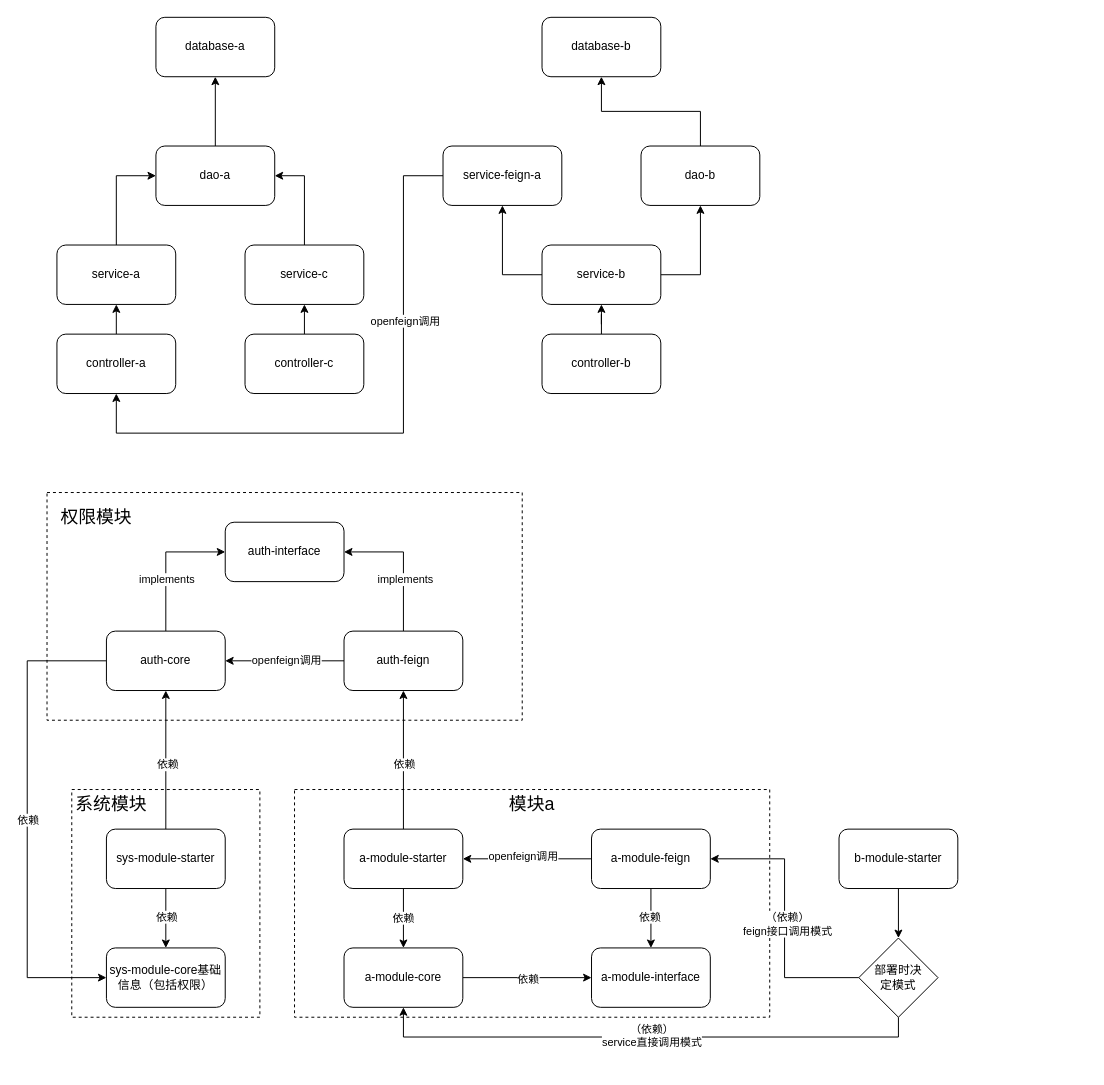
The draw.io diagram 模块设计图.drawio in codeyunze/drawio, before the edit. Source tidied: cells renumbered, new cells numbered last; positions are measured from the earlier drawing's top-left corner, leaving out a move shared by most shapes. Both pictures are drawn from the tidied source at 99%, with x=0, y=0 at pixel (27, 17).
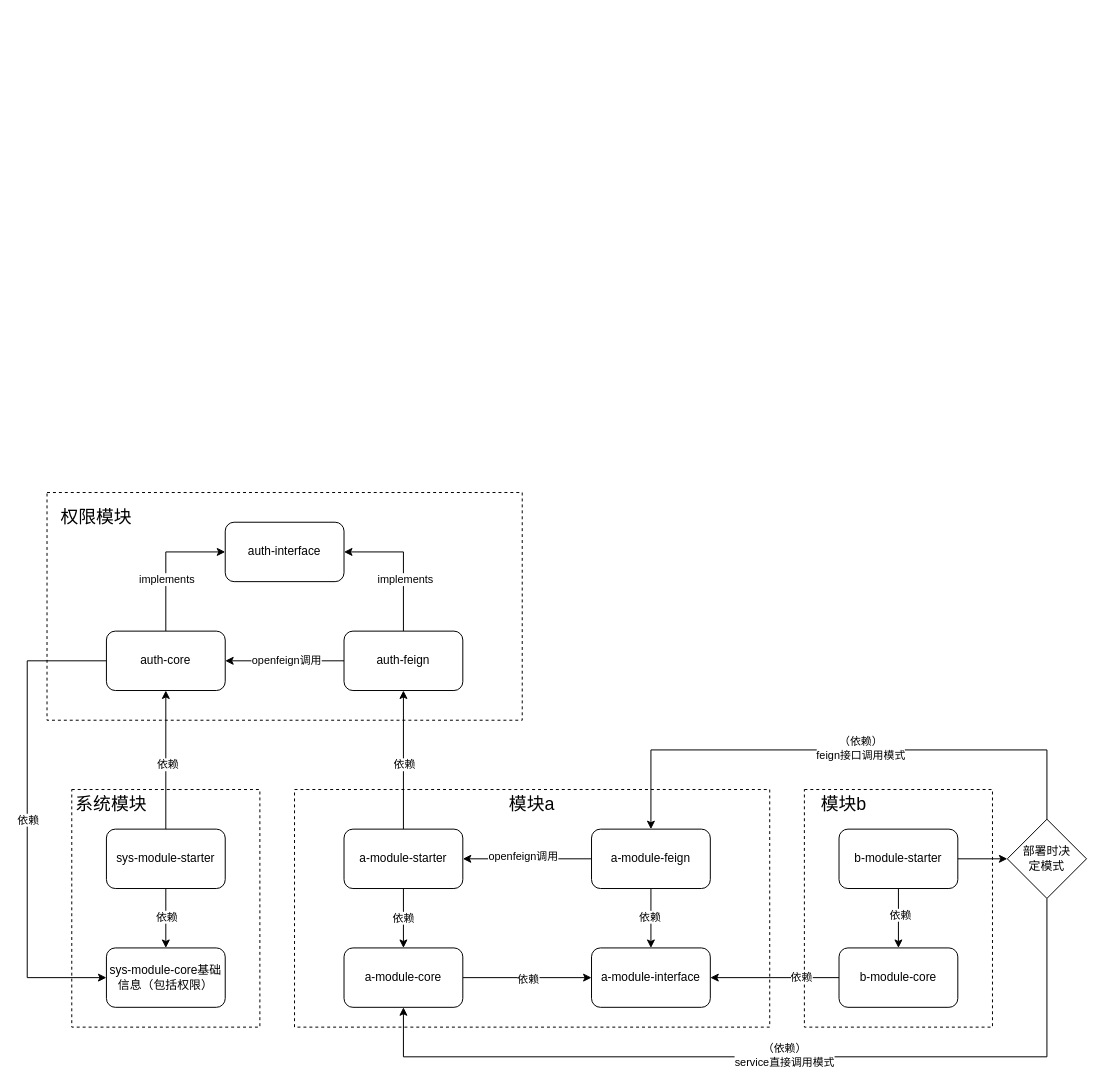
After the change.

Commit message:
更新模块设计图.drawio

Unchanged cells that the change refers to:
```xml
<mxCell id="50" value="&lt;span style=&quot;background-color: transparent; color: light-dark(rgb(0, 0, 0), rgb(255, 255, 255));&quot;&gt;a-module-core&lt;/span&gt;" style="rounded=1;whiteSpace=wrap;html=1;" parent="1" vertex="1">
  <mxGeometry x="320" y="940" width="120" height="60" as="geometry" />
</mxCell>
<mxCell id="51" value="&lt;span style=&quot;background-color: transparent; color: light-dark(rgb(0, 0, 0), rgb(255, 255, 255));&quot;&gt;a-module-interface&lt;/span&gt;" style="rounded=1;whiteSpace=wrap;html=1;" parent="1" vertex="1">
  <mxGeometry x="570" y="940" width="120" height="60" as="geometry" />
</mxCell>
<mxCell id="56" value="&lt;span style=&quot;background-color: transparent; color: light-dark(rgb(0, 0, 0), rgb(255, 255, 255));&quot;&gt;a-module-feign&lt;/span&gt;" style="rounded=1;whiteSpace=wrap;html=1;" parent="1" vertex="1">
  <mxGeometry x="570" y="820" width="120" height="60" as="geometry" />
</mxCell>
<mxCell id="58" value="&lt;span style=&quot;background-color: transparent; color: light-dark(rgb(0, 0, 0), rgb(255, 255, 255));&quot;&gt;b-module-starter&lt;/span&gt;" style="rounded=1;whiteSpace=wrap;html=1;" parent="1" vertex="1">
  <mxGeometry x="820" y="820" width="120" height="60" as="geometry" />
</mxCell>
```

Diff of the diagram source:
```diff
@@
+    <mxCell id="67" style="rounded=0;whiteSpace=wrap;html=1;dashed=1;" parent="1" vertex="1">
+      <mxGeometry x="785" y="780" width="190" height="240" as="geometry" />
+    </mxCell>
     <mxCell id="2" style="rounded=0;whiteSpace=wrap;html=1;dashed=1;" parent="1" vertex="1">
-      <mxGeometry x="45" y="780" width="190" height="230" as="geometry" />
+      <mxGeometry x="45" y="780" width="190" height="240" as="geometry" />
     </mxCell>
     <mxCell id="3" style="rounded=0;whiteSpace=wrap;html=1;dashed=1;" parent="1" vertex="1">
-      <mxGeometry x="270" y="780" width="480" height="230" as="geometry" />
+      <mxGeometry x="270" y="780" width="480" height="240" as="geometry" />
     </mxCell>
@@
-    <mxCell id="5" style="edgeStyle=orthogonalEdgeStyle;rounded=0;jettySize=auto;html=1;exitX=0.5;exitY=0;exitDx=0;exitDy=0;entryX=0.5;entryY=1;entryDx=0;entryDy=0;" parent="1" edge="1" source="6" target="15">
-      <mxGeometry relative="1" as="geometry" />
-    </mxCell>
-    <mxCell id="6" value="dao-a" style="rounded=1;whiteSpace=wrap;html=1;" parent="1" vertex="1">
-      <mxGeometry x="130" y="130" width="120" height="60" as="geometry" />
-    </mxCell>
-    <mxCell id="7" style="edgeStyle=orthogonalEdgeStyle;rounded=0;jettySize=auto;html=1;exitX=0.5;exitY=0;exitDx=0;exitDy=0;entryX=0;entryY=0.5;entryDx=0;entryDy=0;" parent="1" edge="1" source="8" target="6">
-      <mxGeometry relative="1" as="geometry" />
-    </mxCell>
-    <mxCell id="8" value="service-a" style="rounded=1;whiteSpace=wrap;html=1;" parent="1" vertex="1">
-      <mxGeometry x="30" y="230" width="120" height="60" as="geometry" />
-    </mxCell>
-    <mxCell id="9" style="edgeStyle=orthogonalEdgeStyle;rounded=0;jettySize=auto;html=1;exitX=0.5;exitY=0;exitDx=0;exitDy=0;entryX=0.5;entryY=1;entryDx=0;entryDy=0;" parent="1" edge="1" source="10" target="8">
-      <mxGeometry relative="1" as="geometry" />
-    </mxCell>
-    <mxCell id="10" value="controller-a" style="rounded=1;whiteSpace=wrap;html=1;" parent="1" vertex="1">
-      <mxGeometry x="30" y="320" width="120" height="60" as="geometry" />
-    </mxCell>
-    <mxCell id="11" style="edgeStyle=orthogonalEdgeStyle;rounded=0;jettySize=auto;html=1;exitX=0.5;exitY=0;exitDx=0;exitDy=0;entryX=1;entryY=0.5;entryDx=0;entryDy=0;" parent="1" edge="1" source="12" target="6">
-      <mxGeometry relative="1" as="geometry" />
-    </mxCell>
-    <mxCell id="12" value="&lt;span style=&quot;background-color: transparent; color: light-dark(rgb(0, 0, 0), rgb(255, 255, 255));&quot;&gt;service-c&lt;/span&gt;" style="rounded=1;whiteSpace=wrap;html=1;" parent="1" vertex="1">
-      <mxGeometry x="220" y="230" width="120" height="60" as="geometry" />
-    </mxCell>
-    <mxCell id="13" style="edgeStyle=orthogonalEdgeStyle;rounded=0;jettySize=auto;html=1;exitX=0.5;exitY=0;exitDx=0;exitDy=0;entryX=0.5;entryY=1;entryDx=0;entryDy=0;" parent="1" edge="1" source="14" target="12">
-      <mxGeometry relative="1" as="geometry" />
-    </mxCell>
-    <mxCell id="14" value="&lt;span style=&quot;background-color: transparent; color: light-dark(rgb(0, 0, 0), rgb(255, 255, 255));&quot;&gt;controller-c&lt;/span&gt;" style="rounded=1;whiteSpace=wrap;html=1;" parent="1" vertex="1">
-      <mxGeometry x="220" y="320" width="120" height="60" as="geometry" />
-    </mxCell>
-    <mxCell id="15" value="database-a" style="rounded=1;whiteSpace=wrap;html=1;" parent="1" vertex="1">
-      <mxGeometry x="130" width="120" height="60" as="geometry" />
-    </mxCell>
-    <mxCell id="16" value="database-b" style="rounded=1;whiteSpace=wrap;html=1;" parent="1" vertex="1">
-      <mxGeometry x="520" width="120" height="60" as="geometry" />
-    </mxCell>
-    <mxCell id="17" style="edgeStyle=orthogonalEdgeStyle;rounded=0;jettySize=auto;html=1;exitX=1;exitY=0.5;exitDx=0;exitDy=0;entryX=0.5;entryY=1;entryDx=0;entryDy=0;" parent="1" edge="1" source="19" target="23">
-      <mxGeometry relative="1" as="geometry" />
-    </mxCell>
-    <mxCell id="18" style="edgeStyle=orthogonalEdgeStyle;rounded=0;jettySize=auto;html=1;exitX=0;exitY=0.5;exitDx=0;exitDy=0;entryX=0.5;entryY=1;entryDx=0;entryDy=0;" parent="1" edge="1" source="19" target="26">
-      <mxGeometry relative="1" as="geometry" />
-    </mxCell>
-    <mxCell id="19" value="&lt;span style=&quot;background-color: transparent; color: light-dark(rgb(0, 0, 0), rgb(255, 255, 255));&quot;&gt;service-b&lt;/span&gt;" style="rounded=1;whiteSpace=wrap;html=1;" parent="1" vertex="1">
-      <mxGeometry x="520" y="230" width="120" height="60" as="geometry" />
-    </mxCell>
-    <mxCell id="20" style="edgeStyle=orthogonalEdgeStyle;rounded=0;jettySize=auto;html=1;entryX=0.5;entryY=1;entryDx=0;entryDy=0;" parent="1" edge="1" source="21" target="19">
-      <mxGeometry relative="1" as="geometry" />
-    </mxCell>
-    <mxCell id="21" value="&lt;span style=&quot;background-color: transparent; color: light-dark(rgb(0, 0, 0), rgb(255, 255, 255));&quot;&gt;controller-b&lt;/span&gt;" style="rounded=1;whiteSpace=wrap;html=1;" parent="1" vertex="1">
-      <mxGeometry x="520" y="320" width="120" height="60" as="geometry" />
-    </mxCell>
-    <mxCell id="22" style="edgeStyle=orthogonalEdgeStyle;rounded=0;jettySize=auto;html=1;exitX=0.5;exitY=0;exitDx=0;exitDy=0;entryX=0.5;entryY=1;entryDx=0;entryDy=0;" parent="1" edge="1" source="23" target="16">
-      <mxGeometry relative="1" as="geometry" />
-    </mxCell>
-    <mxCell id="23" value="dao-b" style="rounded=1;whiteSpace=wrap;html=1;" parent="1" vertex="1">
-      <mxGeometry x="620" y="130" width="120" height="60" as="geometry" />
-    </mxCell>
-    <mxCell id="24" style="edgeStyle=orthogonalEdgeStyle;rounded=0;jettySize=auto;html=1;exitX=0;exitY=0.5;exitDx=0;exitDy=0;entryX=0.5;entryY=1;entryDx=0;entryDy=0;" parent="1" edge="1" source="26" target="10">
-      <mxGeometry relative="1" as="geometry">
-        <Array as="points">
-          <mxPoint x="380" y="160" />
-          <mxPoint x="380" y="420" />
-          <mxPoint x="90" y="420" />
-        </Array>
-      </mxGeometry>
-    </mxCell>
-    <mxCell id="25" value="openfeign调用" style="edgeLabel;html=1;align=center;verticalAlign=middle;" parent="24" vertex="1">
-      <mxGeometry x="-0.41" y="1" relative="1" as="geometry" />
-    </mxCell>
-    <mxCell id="26" value="&lt;span style=&quot;background-color: transparent; color: light-dark(rgb(0, 0, 0), rgb(255, 255, 255));&quot;&gt;service-feign-a&lt;/span&gt;" style="rounded=1;whiteSpace=wrap;html=1;" parent="1" vertex="1">
-      <mxGeometry x="420" y="130" width="120" height="60" as="geometry" />
-    </mxCell>
@@
+    <mxCell id="68" style="edgeStyle=orthogonalEdgeStyle;rounded=0;jettySize=auto;html=1;exitX=0.5;exitY=1;exitDx=0;exitDy=0;entryX=0.5;entryY=0;entryDx=0;entryDy=0;" parent="1" edge="1" source="58" target="72">
+      <mxGeometry relative="1" as="geometry" />
+    </mxCell>
+    <mxCell id="69" value="依赖" style="edgeLabel;html=1;align=center;verticalAlign=middle;" parent="68" vertex="1">
+      <mxGeometry x="-0.13" y="1" relative="1" as="geometry" />
+    </mxCell>
-    <mxCell id="57" style="edgeStyle=orthogonalEdgeStyle;rounded=0;jettySize=auto;html=1;exitX=0.5;exitY=1;exitDx=0;exitDy=0;entryX=0.5;entryY=0;entryDx=0;entryDy=0;" parent="1" edge="1" source="58" target="63">
+    <mxCell id="57" style="edgeStyle=orthogonalEdgeStyle;rounded=0;jettySize=auto;html=1;exitX=1;exitY=0.5;exitDx=0;exitDy=0;entryX=0;entryY=0.5;entryDx=0;entryDy=0;" parent="1" edge="1" source="58" target="63">
       <mxGeometry relative="1" as="geometry" />
     </mxCell>
@@
-    <mxCell id="59" style="edgeStyle=orthogonalEdgeStyle;rounded=0;jettySize=auto;html=1;exitX=0;exitY=0.5;exitDx=0;exitDy=0;entryX=1;entryY=0.5;entryDx=0;entryDy=0;" parent="1" edge="1" source="63" target="56">
-      <mxGeometry relative="1" as="geometry" />
+    <mxCell id="59" style="edgeStyle=orthogonalEdgeStyle;rounded=0;jettySize=auto;html=1;exitX=0.5;exitY=0;exitDx=0;exitDy=0;entryX=0.5;entryY=0;entryDx=0;entryDy=0;" parent="1" edge="1" target="56">
+      <mxGeometry relative="1" as="geometry">
+        <mxPoint x="1030" y="820" as="sourcePoint" />
+        <Array as="points">
+          <mxPoint x="1030" y="740" />
+          <mxPoint x="630" y="740" />
+        </Array>
+      </mxGeometry>
     </mxCell>
@@
     <mxCell id="61" style="edgeStyle=orthogonalEdgeStyle;rounded=0;jettySize=auto;html=1;exitX=0.5;exitY=1;exitDx=0;exitDy=0;entryX=0.5;entryY=1;entryDx=0;entryDy=0;" parent="1" edge="1" source="63" target="50">
-      <mxGeometry relative="1" as="geometry" />
+      <mxGeometry relative="1" as="geometry">
+        <Array as="points">
+          <mxPoint x="1030" y="1050" />
+          <mxPoint x="380" y="1050" />
+        </Array>
+      </mxGeometry>
     </mxCell>
     <mxCell id="62" value="（依赖）&lt;br&gt;service直接调用模式" style="edgeLabel;html=1;align=center;verticalAlign=middle;" parent="61" vertex="1">
-      <mxGeometry x="-0.02" y="-2" relative="1" as="geometry" />
+      <mxGeometry x="-0.01" y="-2" relative="1" as="geometry" />
     </mxCell>
     <mxCell id="63" value="部署时决&lt;div&gt;定模式&lt;/div&gt;" style="rhombus;whiteSpace=wrap;html=1;" parent="1" vertex="1">
-      <mxGeometry x="840" y="930" width="80" height="80" as="geometry" />
+      <mxGeometry x="990" y="810" width="80" height="80" as="geometry" />
     </mxCell>
@@
+    <mxCell id="70" style="edgeStyle=orthogonalEdgeStyle;rounded=0;jettySize=auto;html=1;exitX=0;exitY=0.5;exitDx=0;exitDy=0;" parent="1" edge="1" source="72" target="51">
+      <mxGeometry relative="1" as="geometry" />
+    </mxCell>
+    <mxCell id="71" value="依赖" style="edgeLabel;html=1;align=center;verticalAlign=middle;" parent="70" vertex="1">
+      <mxGeometry x="-0.4" y="-1" relative="1" as="geometry" />
+    </mxCell>
+    <mxCell id="72" value="&lt;span style=&quot;background-color: transparent; color: light-dark(rgb(0, 0, 0), rgb(255, 255, 255));&quot;&gt;b-module-core&lt;/span&gt;" style="rounded=1;whiteSpace=wrap;html=1;" parent="1" vertex="1">
+      <mxGeometry x="820" y="940" width="120" height="60" as="geometry" />
+    </mxCell>
+    <mxCell id="73" value="&lt;font style=&quot;font-size: 18px;&quot;&gt;模块b&lt;/font&gt;" style="text;html=1;align=center;verticalAlign=middle;whiteSpace=wrap;rounded=0;" parent="1" vertex="1">
+      <mxGeometry x="785" y="780" width="80" height="30" as="geometry" />
+    </mxCell>
```
